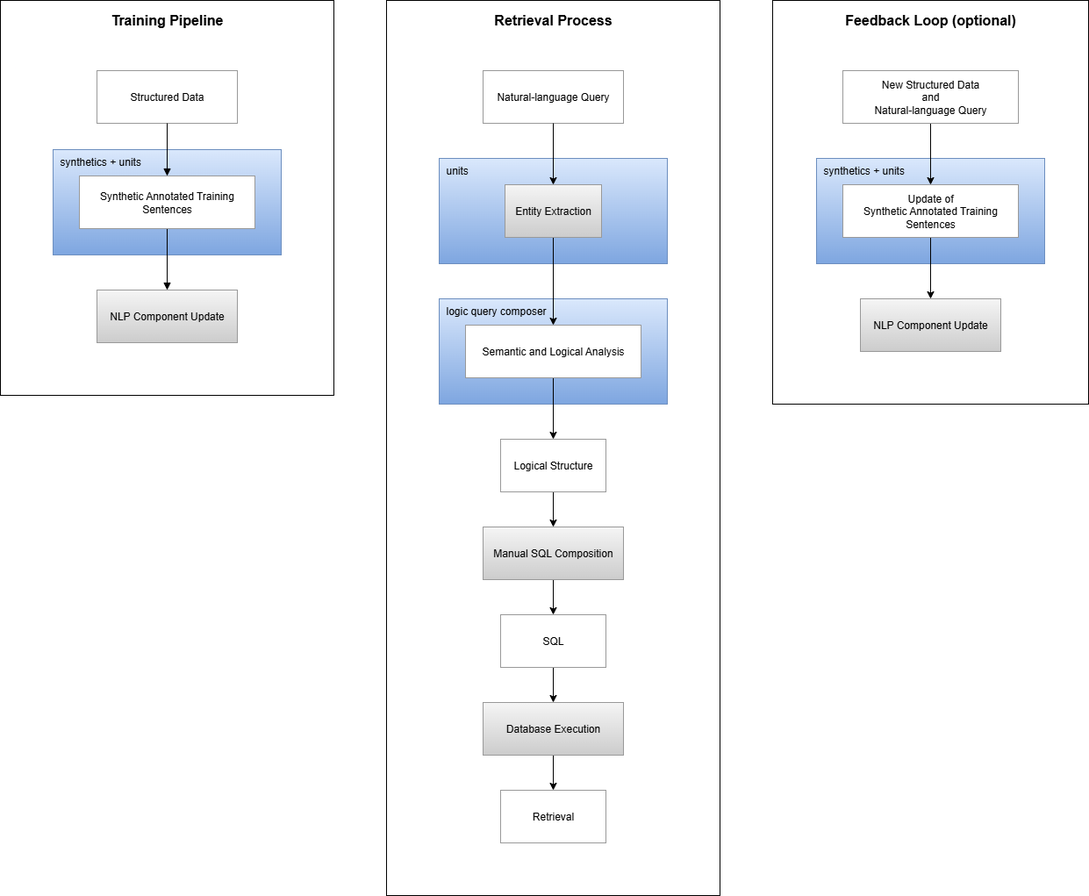
seanox/seanox-ai-nlp keeps this draw.io diagram as assets/retrieval-process.png. Above is the earlier version. Source tidied: cells renumbered, new cells last; positions are measured from the earlier drawing's top-left corner, leaving out a move shared by most shapes.
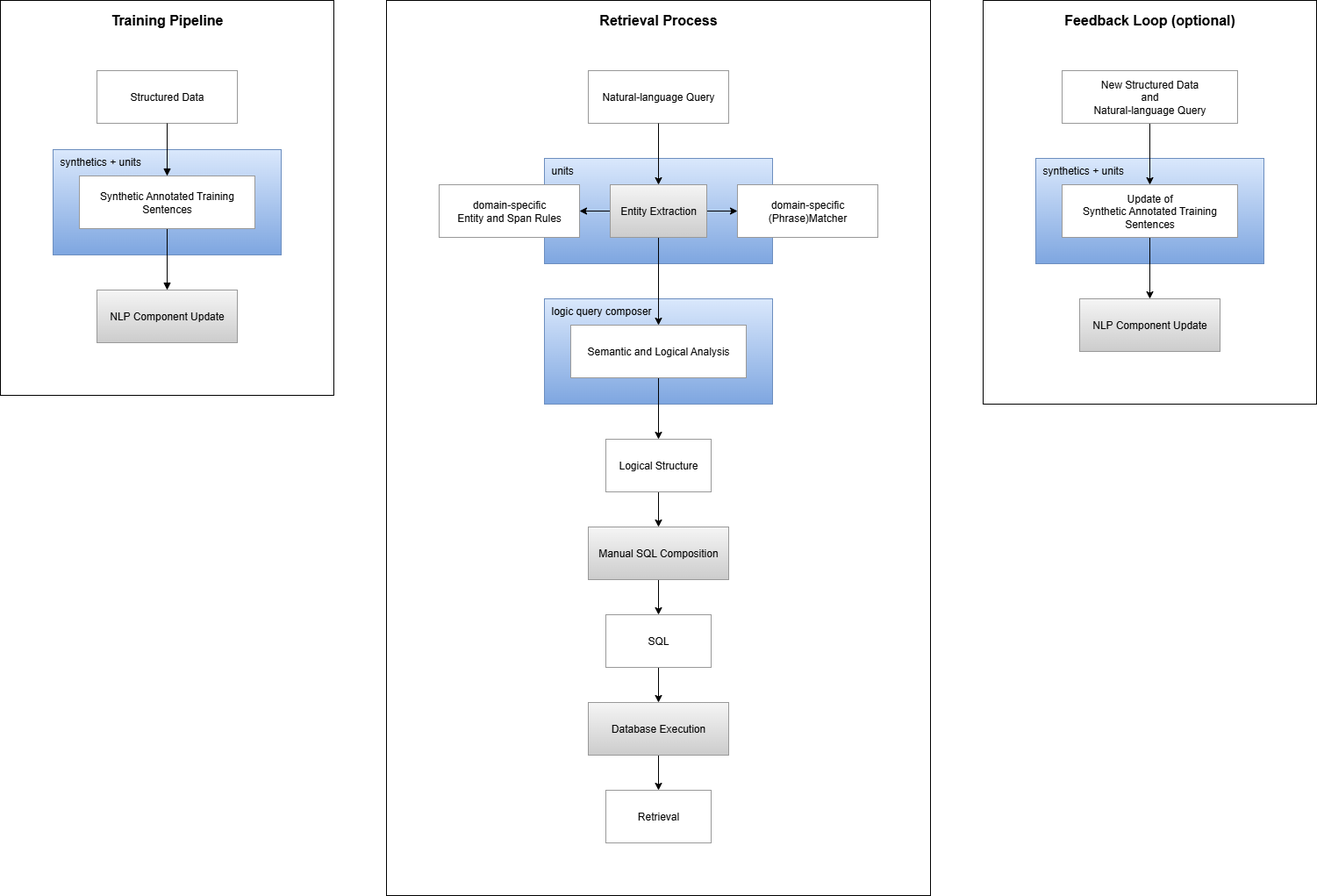
After the commit.

Diff of the diagram source:
```diff
@@ -3,13 +3,13 @@
     <mxCell id="0" />
     <mxCell id="1" parent="0" />
     <mxCell id="2" value="&lt;div&gt;Feedback Loop (optional)&lt;/div&gt;" style="rounded=0;whiteSpace=wrap;html=1;verticalAlign=top;fontSize=16;fontStyle=1;gradientColor=none;fillColor=default;spacingTop=6;" parent="1" vertex="1">
-      <mxGeometry x="880" width="360" height="460" as="geometry" />
+      <mxGeometry x="1000" width="380" height="460" as="geometry" />
     </mxCell>
     <mxCell id="3" value="Retrieval Process" style="rounded=0;whiteSpace=wrap;html=1;verticalAlign=top;fontSize=16;fontStyle=1;fillColor=default;spacingTop=6;" parent="1" vertex="1">
-      <mxGeometry x="440" width="380" height="1020" as="geometry" />
+      <mxGeometry x="320" width="620" height="1020" as="geometry" />
     </mxCell>
     <mxCell id="4" value="Training Pipeline" style="rounded=0;whiteSpace=wrap;html=1;verticalAlign=top;fontSize=16;fontStyle=1;fillColor=default;spacingTop=6;labelBackgroundColor=none;" parent="1" vertex="1">
-      <mxGeometry width="380" height="450" as="geometry" />
+      <mxGeometry x="-120" width="380" height="450" as="geometry" />
     </mxCell>
     <mxCell id="5" value="logic query composer" style="whiteSpace=wrap;strokeWidth=1;fillColor=#dae8fc;gradientColor=#7ea6e0;strokeColor=#6c8ebf;verticalAlign=top;align=left;spacingLeft=6;" parent="1" vertex="1">
       <mxGeometry x="500" y="340" width="260" height="120" as="geometry" />
@@ -45,20 +45,26 @@
       <mxGeometry x="570" y="900" width="120" height="60" as="geometry" />
     </mxCell>
     <mxCell id="16" value="synthetics + units" style="whiteSpace=wrap;strokeWidth=1;fillColor=#dae8fc;gradientColor=#7ea6e0;strokeColor=#6c8ebf;verticalAlign=top;align=left;spacingLeft=6;" parent="1" vertex="1">
-      <mxGeometry x="930" y="180" width="260" height="120" as="geometry" />
+      <mxGeometry x="1060" y="180" width="260" height="120" as="geometry" />
     </mxCell>
     <mxCell id="17" style="edgeStyle=orthogonalEdgeStyle;rounded=0;jettySize=auto;html=1;fontFamily=Helvetica;fontSize=12;fontColor=default;" parent="1" edge="1" source="18" target="23">
       <mxGeometry relative="1" as="geometry" />
     </mxCell>
     <mxCell id="18" value="New Structured Data&#10;and&#10;Natural-language Query" style="whiteSpace=wrap;strokeWidth=1;strokeColor=#999999;" parent="1" vertex="1">
-      <mxGeometry x="960" y="80" width="200" height="60" as="geometry" />
+      <mxGeometry x="1090" y="80" width="200" height="60" as="geometry" />
     </mxCell>
     <mxCell id="19" value="NLP Component Update" style="whiteSpace=wrap;strokeWidth=1;fillColor=#f5f5f5;gradientColor=#CCCCCC;strokeColor=#999999;" parent="1" vertex="1">
-      <mxGeometry x="980" y="340" width="160" height="60" as="geometry" />
+      <mxGeometry x="1110" y="340" width="160" height="60" as="geometry" />
     </mxCell>
     <mxCell id="20" style="edgeStyle=orthogonalEdgeStyle;rounded=0;jettySize=auto;html=1;fontFamily=Helvetica;fontSize=12;fontColor=default;" parent="1" edge="1" source="21" target="31">
       <mxGeometry relative="1" as="geometry" />
     </mxCell>
+    <mxCell id="34" style="edgeStyle=orthogonalEdgeStyle;rounded=0;jettySize=auto;html=1;entryX=0;entryY=0.5;entryDx=0;entryDy=0;" parent="1" edge="1" source="21" target="37">
+      <mxGeometry relative="1" as="geometry" />
+    </mxCell>
+    <mxCell id="35" style="edgeStyle=orthogonalEdgeStyle;rounded=0;jettySize=auto;html=1;entryX=1;entryY=0.5;entryDx=0;entryDy=0;" parent="1" edge="1" source="21" target="36">
+      <mxGeometry relative="1" as="geometry" />
+    </mxCell>
     <mxCell id="21" value="Entity Extraction" style="whiteSpace=wrap;strokeWidth=1;fillColor=#f5f5f5;gradientColor=#CCCCCC;strokeColor=#999999;gradientDirection=south;" parent="1" vertex="1">
       <mxGeometry x="575" y="210" width="110" height="60" as="geometry" />
     </mxCell>
@@ -66,16 +72,16 @@
       <mxGeometry relative="1" as="geometry" />
     </mxCell>
     <mxCell id="23" value="Update of&#10;Synthetic Annotated Training&#10;Sentences" style="whiteSpace=wrap;strokeWidth=1;strokeColor=#999999;" parent="1" vertex="1">
-      <mxGeometry x="960" y="210" width="200" height="60" as="geometry" />
+      <mxGeometry x="1090" y="210" width="200" height="60" as="geometry" />
     </mxCell>
     <mxCell id="24" value="Structured Data" style="whiteSpace=wrap;strokeWidth=1;strokeColor=#999999;" parent="1" vertex="1">
-      <mxGeometry x="110" y="80" width="160" height="60" as="geometry" />
+      <mxGeometry x="-10" y="80" width="160" height="60" as="geometry" />
     </mxCell>
     <mxCell id="25" value="NLP Component Update" style="whiteSpace=wrap;strokeWidth=1;fillColor=#f5f5f5;gradientColor=#CCCCCC;strokeColor=#999999;" parent="1" vertex="1">
-      <mxGeometry x="110" y="330" width="160" height="60" as="geometry" />
+      <mxGeometry x="-10" y="330" width="160" height="60" as="geometry" />
     </mxCell>
     <mxCell id="26" value="synthetics + units" style="whiteSpace=wrap;strokeWidth=1;fillColor=#dae8fc;gradientColor=#7ea6e0;strokeColor=#6c8ebf;verticalAlign=top;align=left;spacingLeft=6;" parent="1" vertex="1">
-      <mxGeometry x="60" y="170" width="260" height="120" as="geometry" />
+      <mxGeometry x="-60" y="170" width="260" height="120" as="geometry" />
     </mxCell>
     <mxCell id="27" style="curved=1;startArrow=none;endArrow=block;exitX=0.5;exitY=1;entryX=0.5;entryY=0;rounded=0;exitDx=0;exitDy=0;entryDx=0;entryDy=0;" parent="1" edge="1" source="24" target="29">
       <mxGeometry relative="1" as="geometry" />
@@ -84,7 +90,7 @@
       <mxGeometry relative="1" as="geometry" />
     </mxCell>
     <mxCell id="29" value="Synthetic Annotated Training Sentences" style="whiteSpace=wrap;strokeWidth=1;strokeColor=#999999;" parent="1" vertex="1">
-      <mxGeometry x="90" y="200" width="200" height="60" as="geometry" />
+      <mxGeometry x="-30" y="200" width="200" height="60" as="geometry" />
     </mxCell>
     <mxCell id="30" style="edgeStyle=orthogonalEdgeStyle;rounded=0;jettySize=auto;html=1;fontFamily=Helvetica;fontSize=12;fontColor=default;" parent="1" edge="1" source="31" target="7">
       <mxGeometry relative="1" as="geometry" />
@@ -98,5 +104,11 @@
     <mxCell id="33" style="edgeStyle=orthogonalEdgeStyle;rounded=0;jettySize=auto;html=1;entryX=0.5;entryY=0;entryDx=0;entryDy=0;fontFamily=Helvetica;fontSize=12;fontColor=default;" parent="1" edge="1" source="32" target="21">
       <mxGeometry relative="1" as="geometry" />
     </mxCell>
+    <mxCell id="36" value="domain-specific&#10;Entity and Span Rules" style="whiteSpace=wrap;strokeWidth=1;strokeColor=#999999;" parent="1" vertex="1">
+      <mxGeometry x="380" y="210" width="160" height="60" as="geometry" />
+    </mxCell>
+    <mxCell id="37" value="domain-specific&#10;(Phrase)Matcher" style="whiteSpace=wrap;strokeWidth=1;strokeColor=#999999;" parent="1" vertex="1">
+      <mxGeometry x="720" y="210" width="160" height="60" as="geometry" />
+    </mxCell>
   </root>
 </mxGraphModel>
```
